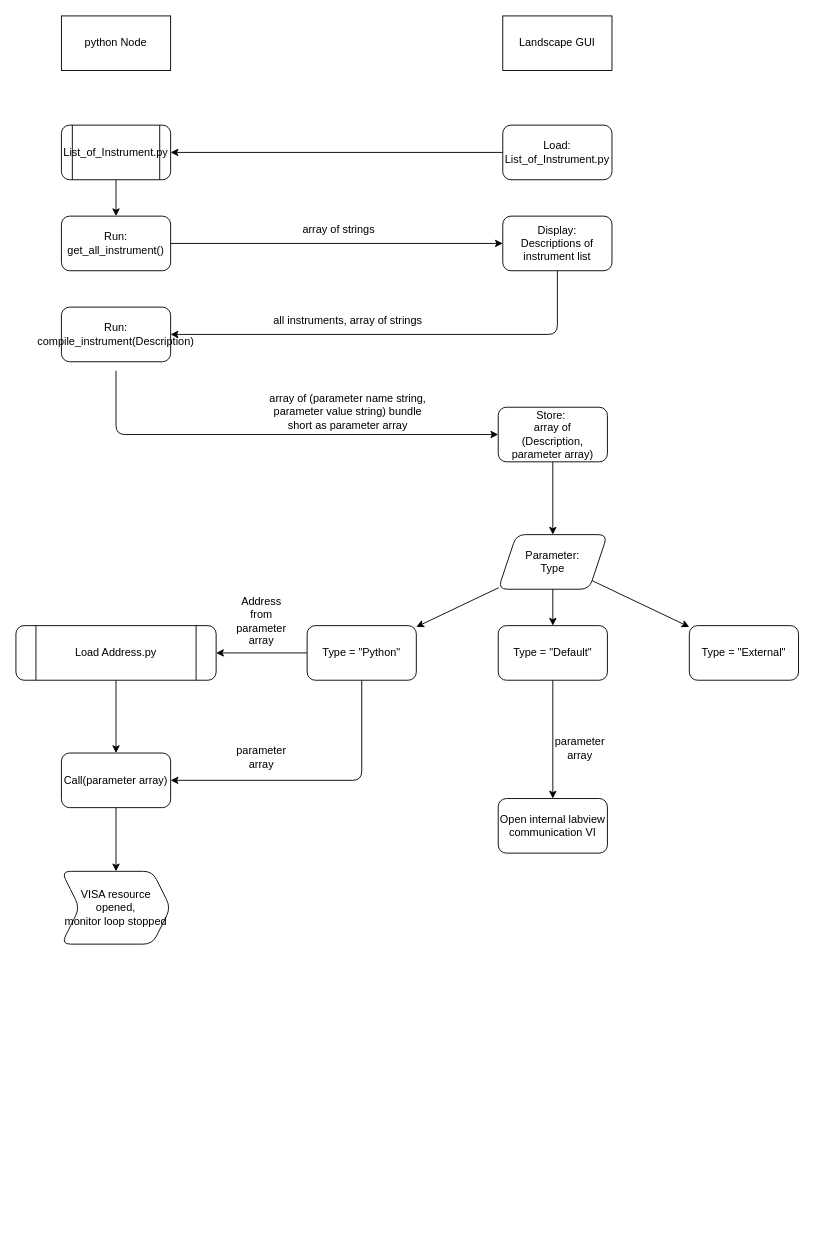
Before: Work Flow.drawio in phyzrx/Landscape-DataStream-v1.1, a draw.io diagram. Source tidied: cells renumbered, new cells numbered last; positions are measured from the earlier drawing's top-left corner, leaving out a move shared by most shapes. Both pictures are drawn from the tidied source at 91%, with x=0, y=0 at pixel (15, 15).
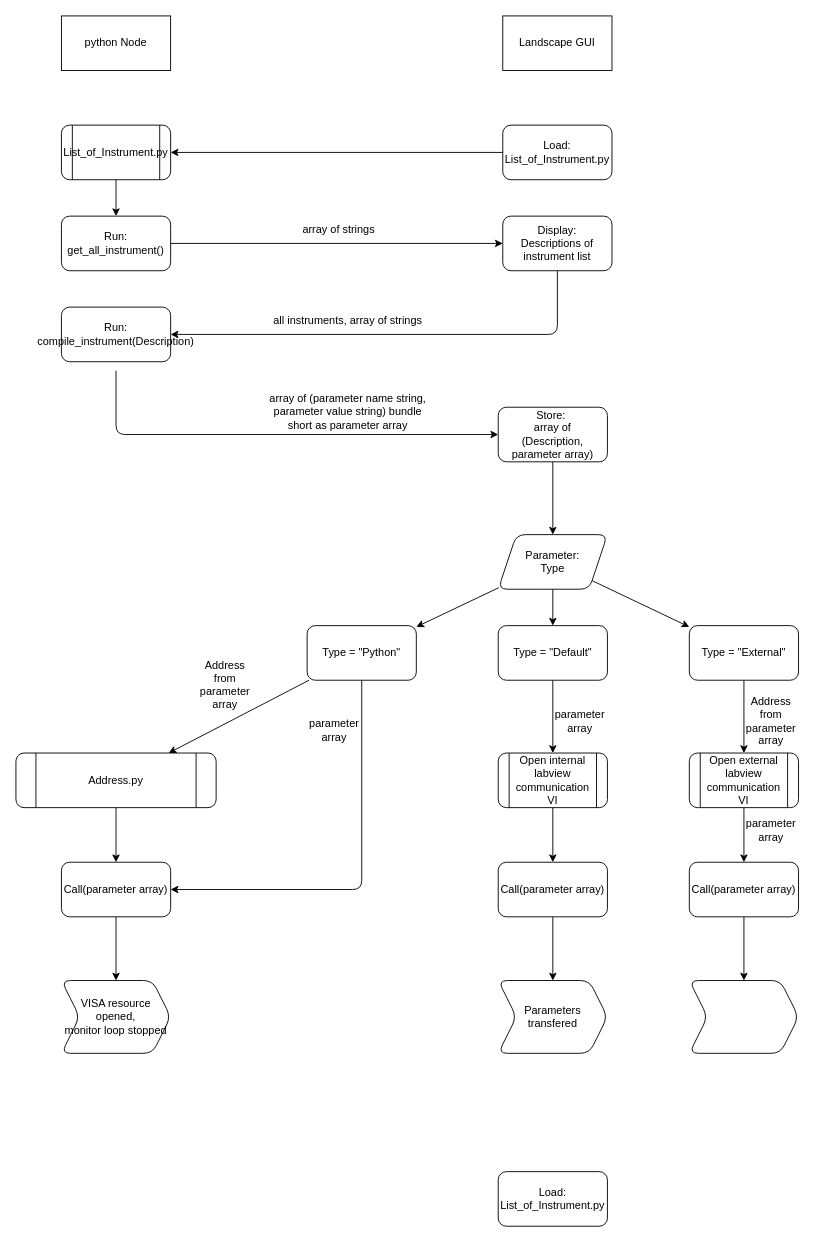
The same page after the edit.

The change refers to these unchanged cells:
```xml
<mxCell id="21" value="Type = &quot;Python&quot;" style="whiteSpace=wrap;html=1;rounded=1;" parent="1" vertex="1">
  <mxGeometry x="320" y="670" width="120" height="60" as="geometry" />
</mxCell>
<mxCell id="24" value="Type = &quot;External&quot;" style="whiteSpace=wrap;html=1;rounded=1;" parent="1" vertex="1">
  <mxGeometry x="740" y="670" width="120" height="60" as="geometry" />
</mxCell>
```

Diff of the diagram source:
```diff
@@
     <mxCell id="20" style="edgeStyle=none;html=1;exitX=0.5;exitY=1;exitDx=0;exitDy=0;entryX=1;entryY=0.5;entryDx=0;entryDy=0;" parent="1" edge="1" source="21" target="33">
       <mxGeometry relative="1" as="geometry">
         <Array as="points">
-          <mxPoint x="380" y="840" />
+          <mxPoint x="380" y="960" />
         </Array>
       </mxGeometry>
     </mxCell>
@@
+    <mxCell id="38" style="edgeStyle=none;html=1;exitX=0.5;exitY=1;exitDx=0;exitDy=0;entryX=0.5;entryY=0;entryDx=0;entryDy=0;" parent="1" edge="1" source="24" target="41">
+      <mxGeometry relative="1" as="geometry" />
+    </mxCell>
@@
-    <mxCell id="27" value="Open internal labview communication VI" style="whiteSpace=wrap;html=1;rounded=1;" parent="1" vertex="1">
-      <mxGeometry x="530" y="860" width="120" height="60" as="geometry" />
-    </mxCell>
     <mxCell id="28" value="parameter array" style="text;html=1;strokeColor=none;fillColor=none;align=center;verticalAlign=middle;whiteSpace=wrap;rounded=0;" parent="1" vertex="1">
-      <mxGeometry x="590" y="790" width="60" height="30" as="geometry" />
+      <mxGeometry x="590" y="760" width="60" height="30" as="geometry" />
     </mxCell>
@@
-    <mxCell id="30" value="Load Address.py" style="shape=process;whiteSpace=wrap;html=1;backgroundOutline=1;rounded=1;" parent="1" vertex="1">
-      <mxGeometry y="670" width="220" height="60" as="geometry" />
+    <mxCell id="30" value="Address.py" style="shape=process;whiteSpace=wrap;html=1;backgroundOutline=1;rounded=1;" parent="1" vertex="1">
+      <mxGeometry y="810" width="220" height="60" as="geometry" />
     </mxCell>
     <mxCell id="31" value="Address from parameter array" style="text;html=1;strokeColor=none;fillColor=none;align=center;verticalAlign=middle;whiteSpace=wrap;rounded=0;" parent="1" vertex="1">
-      <mxGeometry x="240" y="650" width="60" height="30" as="geometry" />
+      <mxGeometry x="200" y="720" width="60" height="30" as="geometry" />
     </mxCell>
@@
     <mxCell id="33" value="Call(parameter array)" style="whiteSpace=wrap;html=1;rounded=1;" parent="1" vertex="1">
-      <mxGeometry x="50" y="810" width="120" height="60" as="geometry" />
+      <mxGeometry x="50" y="930" width="120" height="60" as="geometry" />
     </mxCell>
@@
     <mxCell id="36" value="parameter array" style="text;html=1;strokeColor=none;fillColor=none;align=center;verticalAlign=middle;whiteSpace=wrap;rounded=0;" parent="1" vertex="1">
-      <mxGeometry x="240" y="800" width="60" height="30" as="geometry" />
+      <mxGeometry x="320" y="770" width="60" height="30" as="geometry" />
     </mxCell>
     <mxCell id="37" value="VISA resource opened,&lt;br&gt;monitor loop stopped" style="shape=step;perimeter=stepPerimeter;whiteSpace=wrap;html=1;fixedSize=1;rounded=1;" parent="1" vertex="1">
-      <mxGeometry x="50" y="940" width="120" height="80" as="geometry" />
+      <mxGeometry x="50" y="1060" width="120" height="80" as="geometry" />
     </mxCell>
+    <mxCell id="39" style="edgeStyle=none;html=1;exitX=0.5;exitY=1;exitDx=0;exitDy=0;entryX=0.5;entryY=0;entryDx=0;entryDy=0;" parent="1" edge="1" source="27" target="44">
+      <mxGeometry relative="1" as="geometry" />
+    </mxCell>
+    <mxCell id="27" value="Open internal labview communication VI" style="shape=process;whiteSpace=wrap;html=1;backgroundOutline=1;rounded=1;" parent="1" vertex="1">
+      <mxGeometry x="530" y="810" width="120" height="60" as="geometry" />
+    </mxCell>
+    <mxCell id="40" style="edgeStyle=none;html=1;exitX=0.5;exitY=1;exitDx=0;exitDy=0;entryX=0.5;entryY=0;entryDx=0;entryDy=0;" parent="1" edge="1" source="41" target="46">
+      <mxGeometry relative="1" as="geometry" />
+    </mxCell>
+    <mxCell id="41" value="Open external labview communication VI" style="shape=process;whiteSpace=wrap;html=1;backgroundOutline=1;rounded=1;" parent="1" vertex="1">
+      <mxGeometry x="740" y="810" width="120" height="60" as="geometry" />
+    </mxCell>
+    <mxCell id="42" value="parameter array" style="text;html=1;strokeColor=none;fillColor=none;align=center;verticalAlign=middle;whiteSpace=wrap;rounded=0;" parent="1" vertex="1">
+      <mxGeometry x="800" y="880" width="60" height="30" as="geometry" />
+    </mxCell>
+    <mxCell id="43" style="edgeStyle=none;html=1;" parent="1" edge="1" source="44" target="47">
+      <mxGeometry relative="1" as="geometry" />
+    </mxCell>
+    <mxCell id="44" value="Call(parameter array)" style="whiteSpace=wrap;html=1;rounded=1;" parent="1" vertex="1">
+      <mxGeometry x="530" y="930" width="120" height="60" as="geometry" />
+    </mxCell>
+    <mxCell id="45" style="edgeStyle=none;html=1;" parent="1" edge="1" source="46" target="48">
+      <mxGeometry relative="1" as="geometry" />
+    </mxCell>
+    <mxCell id="46" value="Call(parameter array)" style="whiteSpace=wrap;html=1;rounded=1;" parent="1" vertex="1">
+      <mxGeometry x="740" y="930" width="120" height="60" as="geometry" />
+    </mxCell>
+    <mxCell id="47" value="Parameters transfered" style="shape=step;perimeter=stepPerimeter;whiteSpace=wrap;html=1;fixedSize=1;rounded=1;" parent="1" vertex="1">
+      <mxGeometry x="530" y="1060" width="120" height="80" as="geometry" />
+    </mxCell>
+    <mxCell id="48" style="shape=step;perimeter=stepPerimeter;whiteSpace=wrap;html=1;fixedSize=1;rounded=1;" parent="1" vertex="1">
+      <mxGeometry x="740" y="1060" width="120" height="80" as="geometry" />
+    </mxCell>
+    <mxCell id="49" value="Address from parameter array" style="text;html=1;strokeColor=none;fillColor=none;align=center;verticalAlign=middle;whiteSpace=wrap;rounded=0;" parent="1" vertex="1">
+      <mxGeometry x="800" y="760" width="60" height="30" as="geometry" />
+    </mxCell>
+    <mxCell id="50" value="Load:&lt;br&gt;List_of_Instrument.py" style="rounded=1;whiteSpace=wrap;html=1;" parent="1" vertex="1">
+      <mxGeometry x="530" y="1270" width="120" height="60" as="geometry" />
+    </mxCell>
```
